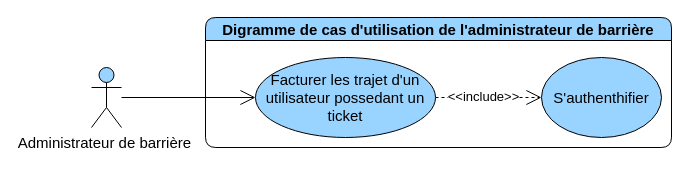
Earlier version of the draw.io diagram page "general" (1 of 2) of diagrams/use-case/administrateur-de-barriere.drawio (devlotfi/peage-pay). Source tidied: cells renumbered, new cells numbered last; positions are measured from the earlier drawing's top-left corner, leaving out a move shared by most shapes. Both pictures are drawn from the tidied source at 100%, with x=0, y=0 at pixel (91, 17).
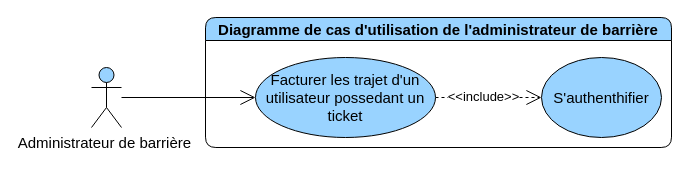
After the change.

The edit, as a diff of the source:
```diff
@@
 <mxGraphModel>
   <root>
     <mxCell id="0" />
     <mxCell id="1" parent="0" />
-    <mxCell id="2" value="Digramme de cas d'utilisation de l'administrateur de&amp;nbsp;barrière" style="swimlane;whiteSpace=wrap;html=1;rounded=1;fillColor=#99D3FF;fontSize=15;" parent="1" vertex="1">
+    <mxCell id="2" value="Diagramme de cas d'utilisation de l'administrateur de&amp;nbsp;barrière" style="swimlane;whiteSpace=wrap;html=1;rounded=1;fillColor=#99D3FF;fontSize=15;" parent="1" vertex="1">
       <mxGeometry x="114" width="466" height="130" as="geometry" />
     </mxCell>
     <mxCell id="3" style="edgeStyle=none;rounded=0;jettySize=auto;html=1;strokeColor=default;align=center;verticalAlign=middle;fontFamily=Helvetica;fontSize=15;fontColor=default;labelBackgroundColor=default;startSize=6;endArrow=open;endFill=0;endSize=13;dashed=1;" parent="2" edge="1" source="5" target="6">
       <mxGeometry relative="1" as="geometry" />
     </mxCell>
     <mxCell id="4" value="&amp;lt;&amp;lt;include&amp;gt;&amp;gt;" style="edgeLabel;html=1;align=center;verticalAlign=middle;strokeColor=default;fontFamily=Helvetica;fontSize=13;fontColor=default;labelBackgroundColor=default;fillColor=#99D3FF;" parent="3" vertex="1">
       <mxGeometry x="-0.11" y="2" relative="1" as="geometry" />
     </mxCell>
     <mxCell id="5" value="Facturer les trajet d'un utilisateur possedant un ticket" style="ellipse;whiteSpace=wrap;html=1;strokeColor=default;align=center;verticalAlign=middle;fontFamily=Helvetica;fontSize=15;fontColor=default;fillColor=#99D3FF;" parent="2" vertex="1">
       <mxGeometry x="50" y="40" width="180" height="80" as="geometry" />
     </mxCell>
     <mxCell id="6" value="S'authenthifier" style="ellipse;whiteSpace=wrap;html=1;strokeColor=default;align=center;verticalAlign=middle;fontFamily=Helvetica;fontSize=15;fontColor=default;fillColor=#99D3FF;" parent="2" vertex="1">
       <mxGeometry x="336" y="40" width="120" height="80" as="geometry" />
     </mxCell>
     <mxCell id="7" style="rounded=0;jettySize=auto;html=1;fontFamily=Helvetica;fontSize=15;fontColor=default;endArrow=open;endFill=0;startSize=6;endSize=13;" parent="1" edge="1" source="8" target="5">
       <mxGeometry relative="1" as="geometry" />
     </mxCell>
     <mxCell id="8" value="Administrateur&amp;nbsp;de&amp;nbsp;barrière&lt;span style=&quot;font-weight: bold; font-size: 15px;&quot;&gt;&amp;nbsp;&lt;/span&gt;" style="shape=umlActor;verticalLabelPosition=bottom;verticalAlign=top;html=1;outlineConnect=0;strokeColor=default;align=center;fontFamily=Helvetica;fontSize=15;fontColor=default;fillColor=#99D3FF;" parent="1" vertex="1">
       <mxGeometry y="50" width="30" height="60" as="geometry" />
     </mxCell>
   </root>
 </mxGraphModel>
```
